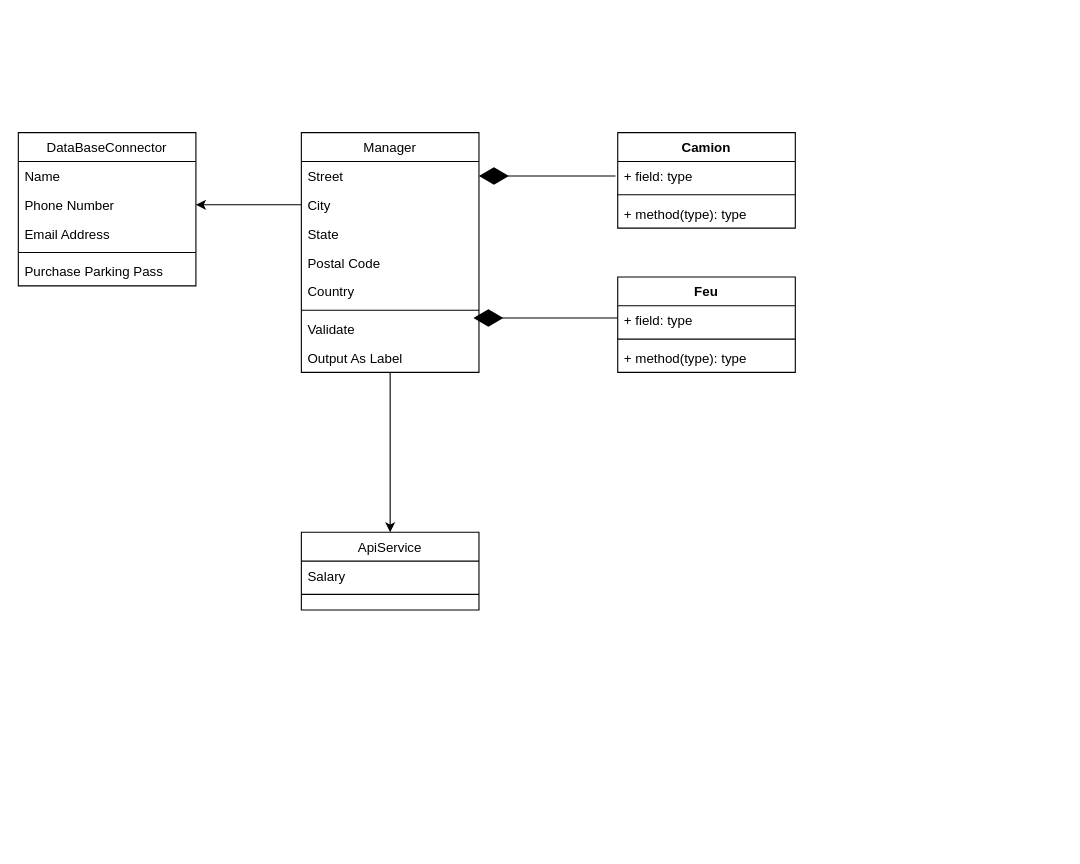
Before: UML/Diagramme de classe Emergency manager.drawio in Emile-Bergin/S7-ProjetScientifique, a draw.io diagram. Source tidied: cells renumbered, new cells numbered last; positions are measured from the earlier drawing's top-left corner, leaving out a move shared by most shapes. Both pictures are drawn from the tidied source at 111%, with x=0, y=0 at pixel (18, 132).
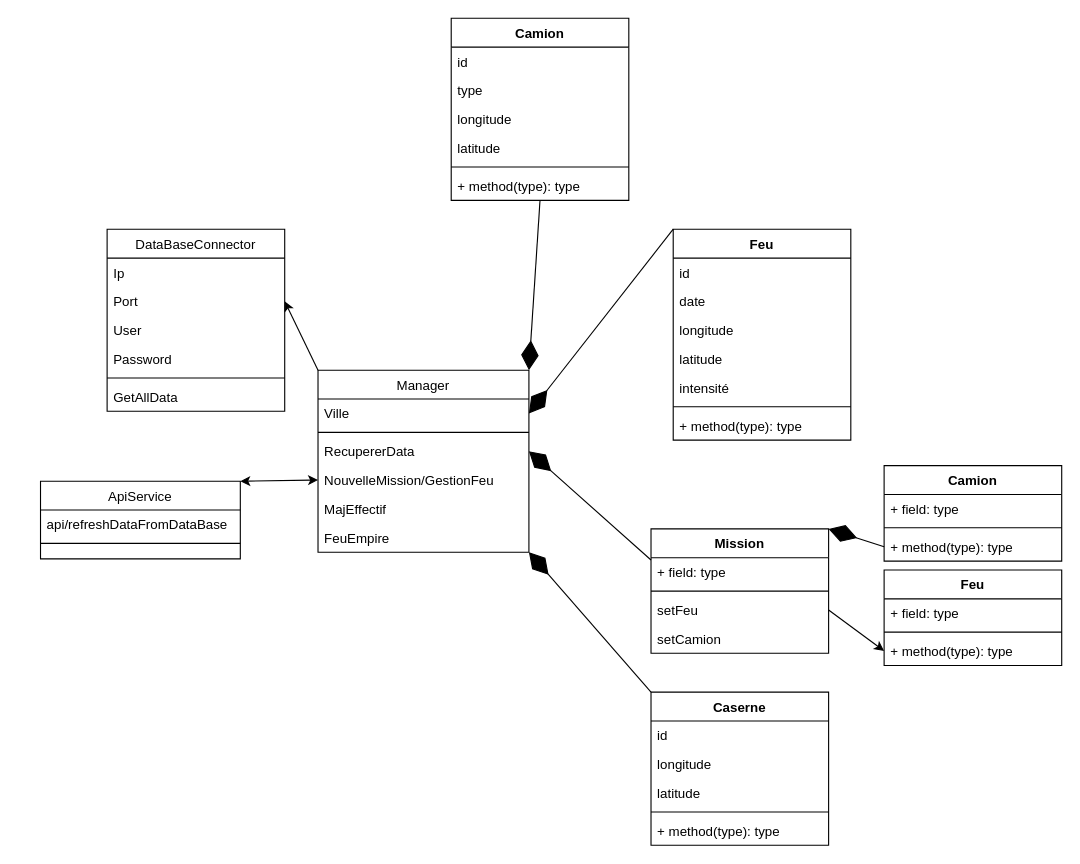
Above is the later version.

Change to the diagram source:
```diff
@@
     <mxCell id="2" value="DataBaseConnector" style="swimlane;fontStyle=0;align=center;verticalAlign=top;horizontal=1;startSize=26;rounded=0;shadow=0;strokeWidth=1;" parent="1" vertex="1">
-      <mxGeometry width="160" height="138" as="geometry" />
+      <mxGeometry x="80" y="87" width="160" height="164" as="geometry" />
     </mxCell>
-    <mxCell id="3" value="Name" style="text;align=left;verticalAlign=top;spacingLeft=4;spacingRight=4;overflow=hidden;" parent="2" vertex="1">
+    <mxCell id="3" value="Ip" style="text;align=left;verticalAlign=top;spacingLeft=4;spacingRight=4;overflow=hidden;" parent="2" vertex="1">
       <mxGeometry y="26" width="160" height="26" as="geometry" />
     </mxCell>
-    <mxCell id="4" value="Phone Number" style="text;align=left;verticalAlign=top;spacingLeft=4;spacingRight=4;overflow=hidden;points=[[0,0.5],[1,0.5]];portConstraint=eastwest;rounded=0;shadow=0;html=0;" parent="2" vertex="1">
+    <mxCell id="4" value="Port" style="text;align=left;verticalAlign=top;spacingLeft=4;spacingRight=4;overflow=hidden;points=[[0,0.5],[1,0.5]];portConstraint=eastwest;rounded=0;shadow=0;html=0;" parent="2" vertex="1">
       <mxGeometry y="52" width="160" height="26" as="geometry" />
     </mxCell>
+    <mxCell id="32" value="User" style="text;align=left;verticalAlign=top;spacingLeft=4;spacingRight=4;overflow=hidden;rounded=0;shadow=0;html=0;" parent="2" vertex="1">
+      <mxGeometry y="78" width="160" height="26" as="geometry" />
+    </mxCell>
-    <mxCell id="5" value="Email Address" style="text;align=left;verticalAlign=top;spacingLeft=4;spacingRight=4;overflow=hidden;rounded=0;shadow=0;html=0;" parent="2" vertex="1">
-      <mxGeometry y="78" width="160" height="26" as="geometry" />
+    <mxCell id="5" value="Password" style="text;align=left;verticalAlign=top;spacingLeft=4;spacingRight=4;overflow=hidden;rounded=0;shadow=0;html=0;" parent="2" vertex="1">
+      <mxGeometry y="104" width="160" height="26" as="geometry" />
     </mxCell>
     <mxCell id="6" style="line;html=1;strokeWidth=1;align=left;verticalAlign=middle;spacingTop=-1;spacingLeft=3;spacingRight=3;labelPosition=right;" parent="2" vertex="1">
-      <mxGeometry y="104" width="160" height="8" as="geometry" />
+      <mxGeometry y="130" width="160" height="8" as="geometry" />
     </mxCell>
-    <mxCell id="7" value="Purchase Parking Pass" style="text;align=left;verticalAlign=top;spacingLeft=4;spacingRight=4;overflow=hidden;" parent="2" vertex="1">
-      <mxGeometry y="112" width="160" height="26" as="geometry" />
+    <mxCell id="7" value="GetAllData" style="text;align=left;verticalAlign=top;spacingLeft=4;spacingRight=4;overflow=hidden;" parent="2" vertex="1">
+      <mxGeometry y="138" width="160" height="26" as="geometry" />
     </mxCell>
     <mxCell id="8" value="ApiService" style="swimlane;fontStyle=0;align=center;verticalAlign=top;horizontal=1;startSize=26;rounded=0;shadow=0;strokeWidth=1;" parent="1" vertex="1">
-      <mxGeometry x="255" y="360" width="160" height="70" as="geometry" />
+      <mxGeometry x="20" y="314" width="180" height="70" as="geometry" />
     </mxCell>
-    <mxCell id="9" value="Salary" style="text;align=left;verticalAlign=top;spacingLeft=4;spacingRight=4;overflow=hidden;" parent="8" vertex="1">
-      <mxGeometry y="26" width="160" height="26" as="geometry" />
+    <mxCell id="9" value="api/refreshDataFromDataBase" style="text;align=left;verticalAlign=top;spacingLeft=4;spacingRight=4;overflow=hidden;" parent="8" vertex="1">
+      <mxGeometry y="26" width="180" height="26" as="geometry" />
     </mxCell>
     <mxCell id="10" style="line;html=1;strokeWidth=1;align=left;verticalAlign=middle;spacingTop=-1;spacingLeft=3;spacingRight=3;labelPosition=right;" parent="8" vertex="1">
-      <mxGeometry y="52" width="160" height="8" as="geometry" />
+      <mxGeometry y="52" width="180" height="8" as="geometry" />
     </mxCell>
-    <mxCell id="11" style="edgeStyle=orthogonalEdgeStyle;rounded=0;jettySize=auto;html=1;exitX=0.5;exitY=1;exitDx=0;exitDy=0;entryX=0.5;entryY=0;entryDx=0;entryDy=0;" parent="1" edge="1" source="12" target="8">
-      <mxGeometry relative="1" as="geometry">
-        <Array as="points">
-          <mxPoint x="335" y="280" />
-          <mxPoint x="335" y="280" />
-        </Array>
-      </mxGeometry>
-    </mxCell>
     <mxCell id="12" value="Manager" style="swimlane;fontStyle=0;align=center;verticalAlign=top;horizontal=1;startSize=26;rounded=0;shadow=0;strokeWidth=1;" parent="1" vertex="1">
-      <mxGeometry x="255" width="160" height="216" as="geometry" />
+      <mxGeometry x="270" y="214" width="190" height="164" as="geometry" />
     </mxCell>
-    <mxCell id="13" value="Street" style="text;align=left;verticalAlign=top;spacingLeft=4;spacingRight=4;overflow=hidden;points=[[0,0.5],[1,0.5]];portConstraint=eastwest;" parent="12" vertex="1">
-      <mxGeometry y="26" width="160" height="26" as="geometry" />
+    <mxCell id="13" value="Ville" style="text;align=left;verticalAlign=top;spacingLeft=4;spacingRight=4;overflow=hidden;points=[[0,0.5],[1,0.5]];portConstraint=eastwest;" parent="12" vertex="1">
+      <mxGeometry y="26" width="190" height="26" as="geometry" />
     </mxCell>
-    <mxCell id="14" value="City" style="text;align=left;verticalAlign=top;spacingLeft=4;spacingRight=4;overflow=hidden;points=[[0,0.5],[1,0.5]];portConstraint=eastwest;rounded=0;shadow=0;html=0;" parent="12" vertex="1">
-      <mxGeometry y="52" width="160" height="26" as="geometry" />
-    </mxCell>
-    <mxCell id="15" value="State" style="text;align=left;verticalAlign=top;spacingLeft=4;spacingRight=4;overflow=hidden;rounded=0;shadow=0;html=0;" parent="12" vertex="1">
-      <mxGeometry y="78" width="160" height="26" as="geometry" />
-    </mxCell>
-    <mxCell id="16" value="Postal Code" style="text;align=left;verticalAlign=top;spacingLeft=4;spacingRight=4;overflow=hidden;rounded=0;shadow=0;html=0;" parent="12" vertex="1">
-      <mxGeometry y="104" width="160" height="26" as="geometry" />
-    </mxCell>
-    <mxCell id="17" value="Country" style="text;align=left;verticalAlign=top;spacingLeft=4;spacingRight=4;overflow=hidden;rounded=0;shadow=0;html=0;" parent="12" vertex="1">
-      <mxGeometry y="130" width="160" height="26" as="geometry" />
-    </mxCell>
     <mxCell id="18" style="line;html=1;strokeWidth=1;align=left;verticalAlign=middle;spacingTop=-1;spacingLeft=3;spacingRight=3;labelPosition=right;" parent="12" vertex="1">
-      <mxGeometry y="156" width="160" height="8" as="geometry" />
+      <mxGeometry y="52" width="190" height="8" as="geometry" />
     </mxCell>
-    <mxCell id="19" value="Validate" style="text;align=left;verticalAlign=top;spacingLeft=4;spacingRight=4;overflow=hidden;points=[[0,0.5],[1,0.5]];portConstraint=eastwest;" parent="12" vertex="1">
-      <mxGeometry y="164" width="160" height="26" as="geometry" />
+    <mxCell id="19" value="RecupererData" style="text;align=left;verticalAlign=top;spacingLeft=4;spacingRight=4;overflow=hidden;points=[[0,0.5],[1,0.5]];portConstraint=eastwest;" parent="12" vertex="1">
+      <mxGeometry y="60" width="190" height="26" as="geometry" />
     </mxCell>
-    <mxCell id="20" value="Output As Label" style="text;align=left;verticalAlign=top;spacingLeft=4;spacingRight=4;overflow=hidden;" parent="12" vertex="1">
-      <mxGeometry y="190" width="160" height="26" as="geometry" />
-    </mxCell>
+    <mxCell id="33" value="NouvelleMission/GestionFeu" style="text;align=left;verticalAlign=top;spacingLeft=4;spacingRight=4;overflow=hidden;points=[[0,0.5],[1,0.5]];portConstraint=eastwest;" parent="12" vertex="1">
+      <mxGeometry y="86" width="190" height="26" as="geometry" />
+    </mxCell>
+    <mxCell id="34" value="MajEffectif" style="text;align=left;verticalAlign=top;spacingLeft=4;spacingRight=4;overflow=hidden;" parent="12" vertex="1">
+      <mxGeometry y="112" width="190" height="26" as="geometry" />
+    </mxCell>
+    <mxCell id="35" value="FeuEmpire" style="text;align=left;verticalAlign=top;spacingLeft=4;spacingRight=4;overflow=hidden;" parent="12" vertex="1">
+      <mxGeometry y="138" width="190" height="26" as="geometry" />
+    </mxCell>
-    <mxCell id="21" style="endArrow=classic;html=1;entryX=1;entryY=0.5;entryDx=0;entryDy=0;exitX=0;exitY=0.5;exitDx=0;exitDy=0;" parent="1" edge="1" source="14" target="4">
+    <mxCell id="21" style="endArrow=classic;html=1;entryX=1;entryY=0.5;entryDx=0;entryDy=0;exitX=0;exitY=0;exitDx=0;exitDy=0;" parent="1" edge="1" source="12" target="4">
       <mxGeometry relative="1" as="geometry" />
     </mxCell>
     <mxCell id="22" value="Camion" style="swimlane;fontStyle=1;align=center;verticalAlign=top;horizontal=1;startSize=26;" parent="1" vertex="1">
-      <mxGeometry x="540" width="160" height="86" as="geometry" />
+      <mxGeometry x="390" y="-103" width="160" height="164" as="geometry" />
     </mxCell>
-    <mxCell id="23" value="+ field: type" style="text;strokeColor=none;fillColor=none;align=left;verticalAlign=top;spacingLeft=4;spacingRight=4;overflow=hidden;" parent="22" vertex="1">
+    <mxCell id="23" value="id" style="text;strokeColor=none;fillColor=none;align=left;verticalAlign=top;spacingLeft=4;spacingRight=4;overflow=hidden;" parent="22" vertex="1">
       <mxGeometry y="26" width="160" height="26" as="geometry" />
     </mxCell>
+    <mxCell id="36" value="type" style="text;strokeColor=none;fillColor=none;align=left;verticalAlign=top;spacingLeft=4;spacingRight=4;overflow=hidden;" parent="22" vertex="1">
+      <mxGeometry y="52" width="160" height="26" as="geometry" />
+    </mxCell>
+    <mxCell id="37" value="longitude" style="text;strokeColor=none;fillColor=none;align=left;verticalAlign=top;spacingLeft=4;spacingRight=4;overflow=hidden;" parent="22" vertex="1">
+      <mxGeometry y="78" width="160" height="26" as="geometry" />
+    </mxCell>
+    <mxCell id="38" value="latitude" style="text;strokeColor=none;fillColor=none;align=left;verticalAlign=top;spacingLeft=4;spacingRight=4;overflow=hidden;" parent="22" vertex="1">
+      <mxGeometry y="104" width="160" height="26" as="geometry" />
+    </mxCell>
     <mxCell id="24" style="line;strokeWidth=1;fillColor=none;align=left;verticalAlign=middle;spacingTop=-1;spacingLeft=3;spacingRight=3;labelPosition=right;" parent="22" vertex="1">
-      <mxGeometry y="52" width="160" height="8" as="geometry" />
+      <mxGeometry y="130" width="160" height="8" as="geometry" />
     </mxCell>
     <mxCell id="25" value="+ method(type): type" style="text;strokeColor=none;fillColor=none;align=left;verticalAlign=top;spacingLeft=4;spacingRight=4;overflow=hidden;" parent="22" vertex="1">
-      <mxGeometry y="60" width="160" height="26" as="geometry" />
+      <mxGeometry y="138" width="160" height="26" as="geometry" />
     </mxCell>
     <mxCell id="26" value="Feu" style="swimlane;fontStyle=1;align=center;verticalAlign=top;horizontal=1;startSize=26;" parent="1" vertex="1">
-      <mxGeometry x="540" y="130" width="160" height="86" as="geometry" />
+      <mxGeometry x="590" y="87" width="160" height="190" as="geometry" />
     </mxCell>
-    <mxCell id="27" value="+ field: type" style="text;strokeColor=none;fillColor=none;align=left;verticalAlign=top;spacingLeft=4;spacingRight=4;overflow=hidden;" parent="26" vertex="1">
+    <mxCell id="27" value="id" style="text;strokeColor=none;fillColor=none;align=left;verticalAlign=top;spacingLeft=4;spacingRight=4;overflow=hidden;" parent="26" vertex="1">
       <mxGeometry y="26" width="160" height="26" as="geometry" />
     </mxCell>
+    <mxCell id="39" value="date" style="text;strokeColor=none;fillColor=none;align=left;verticalAlign=top;spacingLeft=4;spacingRight=4;overflow=hidden;" parent="26" vertex="1">
+      <mxGeometry y="52" width="160" height="26" as="geometry" />
+    </mxCell>
+    <mxCell id="40" value="longitude" style="text;strokeColor=none;fillColor=none;align=left;verticalAlign=top;spacingLeft=4;spacingRight=4;overflow=hidden;" parent="26" vertex="1">
+      <mxGeometry y="78" width="160" height="26" as="geometry" />
+    </mxCell>
+    <mxCell id="41" value="latitude" style="text;strokeColor=none;fillColor=none;align=left;verticalAlign=top;spacingLeft=4;spacingRight=4;overflow=hidden;" parent="26" vertex="1">
+      <mxGeometry y="104" width="160" height="26" as="geometry" />
+    </mxCell>
+    <mxCell id="42" value="intensité" style="text;strokeColor=none;fillColor=none;align=left;verticalAlign=top;spacingLeft=4;spacingRight=4;overflow=hidden;" parent="26" vertex="1">
+      <mxGeometry y="130" width="160" height="26" as="geometry" />
+    </mxCell>
     <mxCell id="28" style="line;strokeWidth=1;fillColor=none;align=left;verticalAlign=middle;spacingTop=-1;spacingLeft=3;spacingRight=3;labelPosition=right;" parent="26" vertex="1">
-      <mxGeometry y="52" width="160" height="8" as="geometry" />
+      <mxGeometry y="156" width="160" height="8" as="geometry" />
     </mxCell>
     <mxCell id="29" value="+ method(type): type" style="text;strokeColor=none;fillColor=none;align=left;verticalAlign=top;spacingLeft=4;spacingRight=4;overflow=hidden;" parent="26" vertex="1">
-      <mxGeometry y="60" width="160" height="26" as="geometry" />
+      <mxGeometry y="164" width="160" height="26" as="geometry" />
     </mxCell>
-    <mxCell id="30" style="endArrow=diamondThin;endFill=1;endSize=24;html=1;" parent="1" edge="1">
-      <mxGeometry relative="1" as="geometry">
-        <mxPoint x="540" y="167" as="sourcePoint" />
-        <mxPoint x="410" y="167" as="targetPoint" />
-      </mxGeometry>
+    <mxCell id="30" style="endArrow=diamondThin;endFill=1;endSize=24;html=1;entryX=1;entryY=0.5;entryDx=0;entryDy=0;exitX=0;exitY=0;exitDx=0;exitDy=0;" parent="1" edge="1" source="26" target="13">
+      <mxGeometry relative="1" as="geometry" />
     </mxCell>
-    <mxCell id="31" style="endArrow=diamondThin;endFill=1;endSize=24;html=1;" parent="1" edge="1" target="13">
-      <mxGeometry relative="1" as="geometry">
-        <mxPoint x="538" y="39" as="sourcePoint" />
-      </mxGeometry>
+    <mxCell id="31" style="endArrow=diamondThin;endFill=1;endSize=24;html=1;exitX=0.5;exitY=1;exitDx=0;exitDy=0;entryX=1;entryY=0;entryDx=0;entryDy=0;" parent="1" edge="1" source="22" target="12">
+      <mxGeometry relative="1" as="geometry" />
     </mxCell>
+    <mxCell id="43" value="Caserne" style="swimlane;fontStyle=1;align=center;verticalAlign=top;horizontal=1;startSize=26;" parent="1" vertex="1">
+      <mxGeometry x="570" y="504" width="160" height="138" as="geometry" />
+    </mxCell>
+    <mxCell id="44" value="id" style="text;strokeColor=none;fillColor=none;align=left;verticalAlign=top;spacingLeft=4;spacingRight=4;overflow=hidden;" parent="43" vertex="1">
+      <mxGeometry y="26" width="160" height="26" as="geometry" />
+    </mxCell>
+    <mxCell id="45" value="longitude" style="text;strokeColor=none;fillColor=none;align=left;verticalAlign=top;spacingLeft=4;spacingRight=4;overflow=hidden;" parent="43" vertex="1">
+      <mxGeometry y="52" width="160" height="26" as="geometry" />
+    </mxCell>
+    <mxCell id="46" value="latitude" style="text;strokeColor=none;fillColor=none;align=left;verticalAlign=top;spacingLeft=4;spacingRight=4;overflow=hidden;" parent="43" vertex="1">
+      <mxGeometry y="78" width="160" height="26" as="geometry" />
+    </mxCell>
+    <mxCell id="47" style="line;strokeWidth=1;fillColor=none;align=left;verticalAlign=middle;spacingTop=-1;spacingLeft=3;spacingRight=3;labelPosition=right;" parent="43" vertex="1">
+      <mxGeometry y="104" width="160" height="8" as="geometry" />
+    </mxCell>
+    <mxCell id="48" value="+ method(type): type" style="text;strokeColor=none;fillColor=none;align=left;verticalAlign=top;spacingLeft=4;spacingRight=4;overflow=hidden;" parent="43" vertex="1">
+      <mxGeometry y="112" width="160" height="26" as="geometry" />
+    </mxCell>
+    <mxCell id="49" value="Mission" style="swimlane;fontStyle=1;align=center;verticalAlign=top;horizontal=1;startSize=26;" parent="1" vertex="1">
+      <mxGeometry x="570" y="357" width="160" height="112" as="geometry" />
+    </mxCell>
+    <mxCell id="50" value="+ field: type" style="text;strokeColor=none;fillColor=none;align=left;verticalAlign=top;spacingLeft=4;spacingRight=4;overflow=hidden;" parent="49" vertex="1">
+      <mxGeometry y="26" width="160" height="26" as="geometry" />
+    </mxCell>
+    <mxCell id="51" style="line;strokeWidth=1;fillColor=none;align=left;verticalAlign=middle;spacingTop=-1;spacingLeft=3;spacingRight=3;labelPosition=right;" parent="49" vertex="1">
+      <mxGeometry y="52" width="160" height="8" as="geometry" />
+    </mxCell>
+    <mxCell id="52" value="setFeu" style="text;strokeColor=none;fillColor=none;align=left;verticalAlign=top;spacingLeft=4;spacingRight=4;overflow=hidden;points=[[0,0.5],[1,0.5]];portConstraint=eastwest;" parent="49" vertex="1">
+      <mxGeometry y="60" width="160" height="26" as="geometry" />
+    </mxCell>
+    <mxCell id="53" value="setCamion" style="text;strokeColor=none;fillColor=none;align=left;verticalAlign=top;spacingLeft=4;spacingRight=4;overflow=hidden;" parent="49" vertex="1">
+      <mxGeometry y="86" width="160" height="26" as="geometry" />
+    </mxCell>
+    <mxCell id="54" style="endArrow=diamondThin;endFill=1;endSize=24;html=1;exitX=0;exitY=0;exitDx=0;exitDy=0;entryX=1;entryY=1;entryDx=0;entryDy=0;" parent="1" edge="1" source="43" target="12">
+      <mxGeometry relative="1" as="geometry" />
+    </mxCell>
+    <mxCell id="55" style="endArrow=diamondThin;endFill=1;endSize=24;html=1;exitX=0;exitY=0.25;exitDx=0;exitDy=0;entryX=1;entryY=0.5;entryDx=0;entryDy=0;" parent="1" edge="1" source="49" target="19">
+      <mxGeometry relative="1" as="geometry" />
+    </mxCell>
+    <mxCell id="56" value="Camion" style="swimlane;fontStyle=1;align=center;verticalAlign=top;horizontal=1;startSize=26;" parent="1" vertex="1">
+      <mxGeometry x="780" y="300" width="160" height="86" as="geometry" />
+    </mxCell>
+    <mxCell id="57" value="+ field: type" style="text;strokeColor=none;fillColor=none;align=left;verticalAlign=top;spacingLeft=4;spacingRight=4;overflow=hidden;" parent="56" vertex="1">
+      <mxGeometry y="26" width="160" height="26" as="geometry" />
+    </mxCell>
+    <mxCell id="58" style="line;strokeWidth=1;fillColor=none;align=left;verticalAlign=middle;spacingTop=-1;spacingLeft=3;spacingRight=3;labelPosition=right;" parent="56" vertex="1">
+      <mxGeometry y="52" width="160" height="8" as="geometry" />
+    </mxCell>
+    <mxCell id="59" value="+ method(type): type" style="text;strokeColor=none;fillColor=none;align=left;verticalAlign=top;spacingLeft=4;spacingRight=4;overflow=hidden;points=[[0,0.5],[1,0.5]];portConstraint=eastwest;" parent="56" vertex="1">
+      <mxGeometry y="60" width="160" height="26" as="geometry" />
+    </mxCell>
+    <mxCell id="60" style="endArrow=diamondThin;endFill=1;endSize=24;html=1;entryX=1;entryY=0;entryDx=0;entryDy=0;exitX=0;exitY=0.5;exitDx=0;exitDy=0;" parent="1" edge="1" source="59" target="49">
+      <mxGeometry relative="1" as="geometry" />
+    </mxCell>
+    <mxCell id="61" value="Feu" style="swimlane;fontStyle=1;align=center;verticalAlign=top;horizontal=1;startSize=26;" parent="1" vertex="1">
+      <mxGeometry x="780" y="394" width="160" height="86" as="geometry" />
+    </mxCell>
+    <mxCell id="62" value="+ field: type" style="text;strokeColor=none;fillColor=none;align=left;verticalAlign=top;spacingLeft=4;spacingRight=4;overflow=hidden;" parent="61" vertex="1">
+      <mxGeometry y="26" width="160" height="26" as="geometry" />
+    </mxCell>
+    <mxCell id="63" style="line;strokeWidth=1;fillColor=none;align=left;verticalAlign=middle;spacingTop=-1;spacingLeft=3;spacingRight=3;labelPosition=right;" parent="61" vertex="1">
+      <mxGeometry y="52" width="160" height="8" as="geometry" />
+    </mxCell>
+    <mxCell id="64" value="+ method(type): type" style="text;strokeColor=none;fillColor=none;align=left;verticalAlign=top;spacingLeft=4;spacingRight=4;overflow=hidden;points=[[0,0.5],[1,0.5]];portConstraint=eastwest;" parent="61" vertex="1">
+      <mxGeometry y="60" width="160" height="26" as="geometry" />
+    </mxCell>
+    <mxCell id="65" style="endArrow=classic;html=1;entryX=0;entryY=0.5;entryDx=0;entryDy=0;exitX=1;exitY=0.5;exitDx=0;exitDy=0;" parent="1" edge="1" source="52" target="64">
+      <mxGeometry relative="1" as="geometry" />
+    </mxCell>
+    <mxCell id="66" style="endArrow=classic;startArrow=classic;html=1;entryX=0;entryY=0.5;entryDx=0;entryDy=0;exitX=1;exitY=0;exitDx=0;exitDy=0;" parent="1" edge="1" source="8" target="33">
+      <mxGeometry relative="1" as="geometry" />
+    </mxCell>
```
